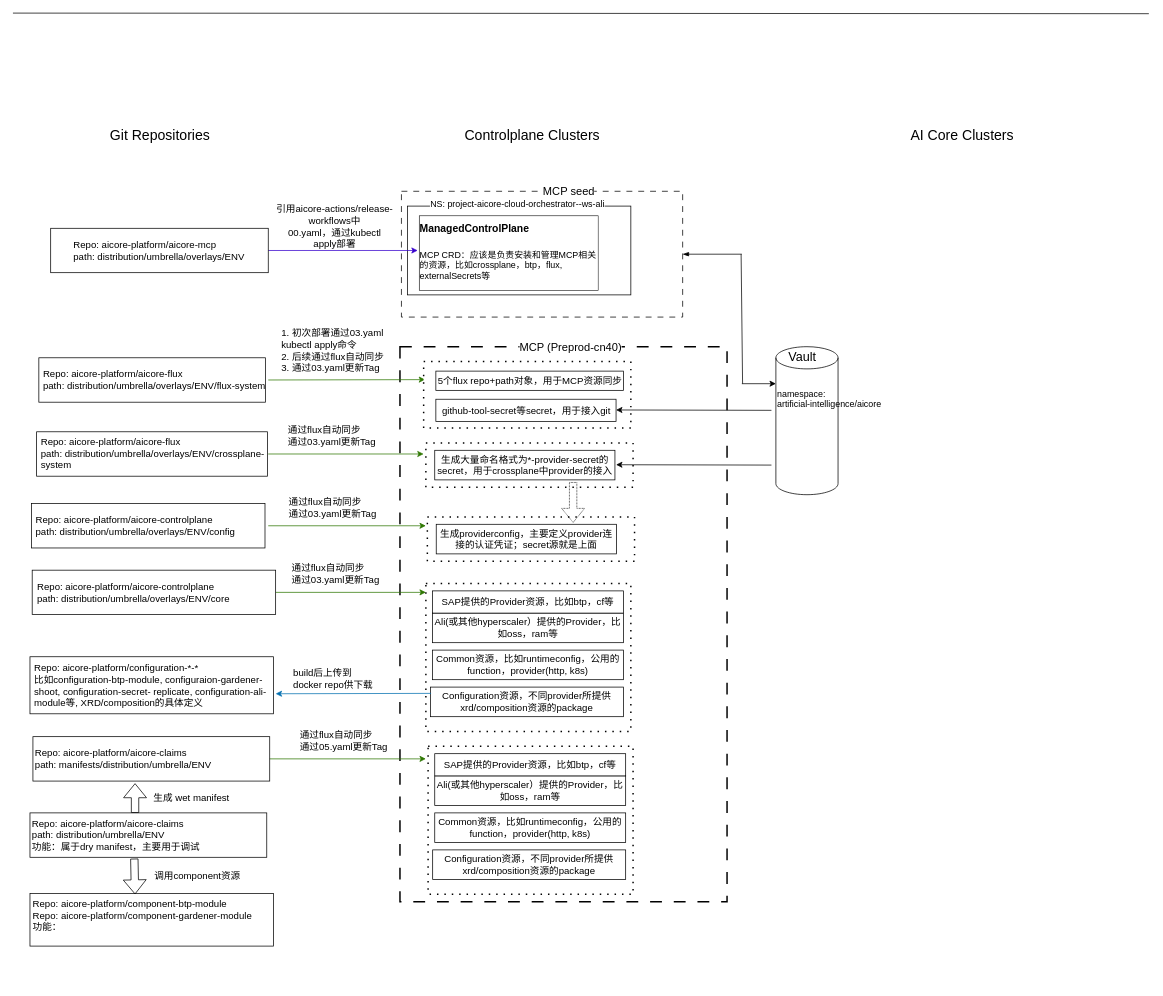
Earlier version of the draw.io diagram Drawio/MCP.drawio (polark-bit/StudyGit). Source tidied: cells renumbered, new cells numbered last; positions are measured from the earlier drawing's top-left corner, leaving out a move shared by most shapes. Both pictures are drawn from the tidied source at 74%, with x=0, y=0 at pixel (13, 13).
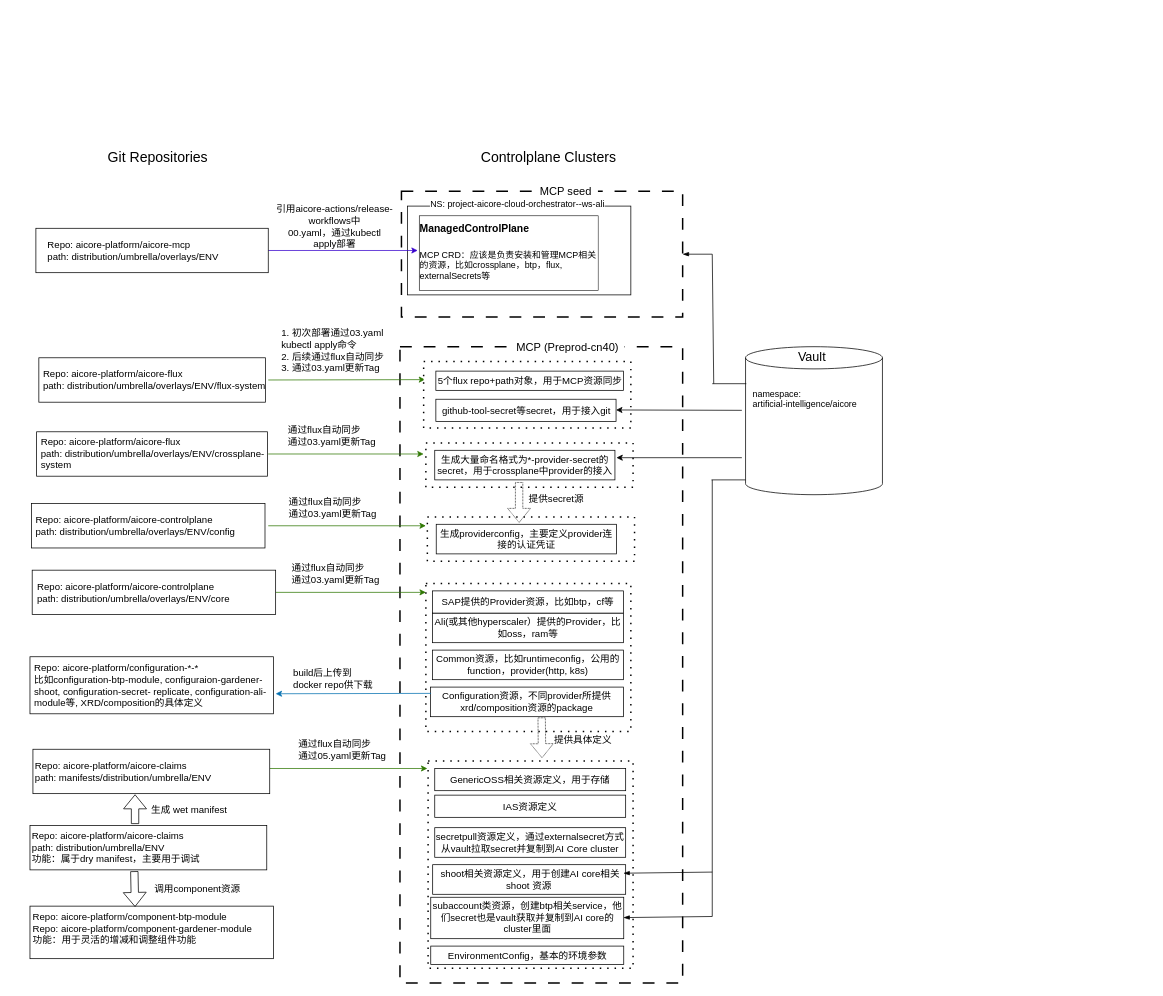
Above is the later version.

The change refers to these unchanged cells:
```xml
<mxCell id="38" style="group;" parent="1" vertex="1">
  <mxGeometry x="71" y="291" width="274" height="60" as="geometry" />
</mxCell>
```

The edit, as a diff of the source:
```diff
@@
-    <mxCell id="2" style="endArrow=none;html=1;rounded=0;" parent="1" edge="1">
-      <mxGeometry relative="1" as="geometry">
-        <mxPoint y="0.2" as="sourcePoint" />
-        <mxPoint x="1535" y="1" as="targetPoint" />
-      </mxGeometry>
-    </mxCell>
-    <mxCell id="3" style="rounded=0;whiteSpace=wrap;html=1;dashed=1;dashPattern=8 8;" parent="1" vertex="1">
+    <mxCell id="3" style="rounded=0;whiteSpace=wrap;html=1;dashed=1;dashPattern=8 8;strokeWidth=2;" parent="1" vertex="1">
       <mxGeometry x="525" y="241" width="380" height="170" as="geometry" />
     </mxCell>
     <mxCell id="4" style="rounded=0;whiteSpace=wrap;html=1;dashed=1;dashPattern=8 8;strokeWidth=2;" parent="1" vertex="1">
-      <mxGeometry x="523" y="451" width="442" height="750" as="geometry" />
+      <mxGeometry x="523" y="451" width="382" height="860" as="geometry" />
     </mxCell>
@@
-    <mxCell id="6" value="MCP seed" style="text;html=1;whiteSpace=wrap;strokeColor=none;fillColor=none;align=center;verticalAlign=middle;rounded=0;shadow=0;labelBackgroundColor=default;fontSize=15;" parent="1" vertex="1">
+    <mxCell id="6" value="MCP seed&amp;nbsp;&amp;nbsp;" style="text;html=1;whiteSpace=wrap;strokeColor=none;fillColor=none;align=center;verticalAlign=middle;rounded=0;shadow=0;labelBackgroundColor=default;fontSize=15;" parent="1" vertex="1">
       <mxGeometry x="698" y="221" width="107" height="40" as="geometry" />
     </mxCell>
@@
     <mxCell id="19" value="&lt;div&gt;&lt;span style=&quot;background-color: transparent; color: light-dark(rgb(0, 0, 0), rgb(255, 255, 255));&quot;&gt;通过flux自动同步&lt;/span&gt;&lt;/div&gt;&lt;div&gt;通过05.yaml更新Tag&lt;/div&gt;" style="text;html=1;whiteSpace=wrap;strokeColor=none;fillColor=none;align=left;verticalAlign=middle;rounded=0;fontSize=13;" parent="1" vertex="1">
-      <mxGeometry x="386" y="968" width="147" height="30" as="geometry" />
+      <mxGeometry x="384" y="981" width="147" height="30" as="geometry" />
     </mxCell>
     <mxCell id="20" style="endArrow=classic;html=1;rounded=0;entryX=0;entryY=0.5;entryDx=0;entryDy=0;fillColor=#60a917;strokeColor=#2D7600;" parent="1" edge="1">
       <mxGeometry relative="1" as="geometry">
-        <mxPoint x="345" y="1008" as="sourcePoint" />
-        <mxPoint x="558" y="1008" as="targetPoint" />
+        <mxPoint x="347" y="1021" as="sourcePoint" />
+        <mxPoint x="560" y="1021" as="targetPoint" />
       </mxGeometry>
     </mxCell>
-    <mxCell id="21" value="MCP (Preprod-cn40)" style="text;html=1;whiteSpace=wrap;strokeColor=none;fillColor=none;align=center;verticalAlign=middle;rounded=0;shadow=0;labelBackgroundColor=default;fontSize=15;" parent="1" vertex="1">
+    <mxCell id="21" value="MCP (Preprod-cn40)&amp;nbsp;&amp;nbsp;" style="text;html=1;whiteSpace=wrap;strokeColor=none;fillColor=none;align=center;verticalAlign=middle;rounded=0;shadow=0;labelBackgroundColor=default;fontSize=15;" parent="1" vertex="1">
       <mxGeometry x="673" y="431" width="162" height="40" as="geometry" />
     </mxCell>
@@
     <mxCell id="25" style="shape=cylinder3;whiteSpace=wrap;html=1;boundedLbl=1;backgroundOutline=1;size=15;" parent="1" vertex="1">
-      <mxGeometry x="1031" y="451" width="84" height="200" as="geometry" />
+      <mxGeometry x="990" y="451" width="185" height="200" as="geometry" />
     </mxCell>
     <mxCell id="26" value="Vault" style="text;html=1;whiteSpace=wrap;strokeColor=none;fillColor=none;align=center;verticalAlign=middle;rounded=0;fontSize=17;" parent="1" vertex="1">
-      <mxGeometry x="1037" y="451" width="60" height="30" as="geometry" />
+      <mxGeometry x="1050" y="451" width="60" height="30" as="geometry" />
     </mxCell>
     <mxCell id="27" style="endArrow=classic;html=1;rounded=0;" parent="1" edge="1">
       <mxGeometry relative="1" as="geometry">
-        <mxPoint x="1025" y="537" as="sourcePoint" />
+        <mxPoint x="985" y="537" as="sourcePoint" />
         <mxPoint x="815" y="536.5" as="targetPoint" />
       </mxGeometry>
     </mxCell>
     <mxCell id="28" value="namespace: &#10;artificial-intelligence/aicore" style="text;whiteSpace=wrap;" parent="1" vertex="1">
-      <mxGeometry x="1031" y="501" width="240" height="40" as="geometry" />
+      <mxGeometry x="998" y="501" width="240" height="40" as="geometry" />
     </mxCell>
@@
     <mxCell id="31" style="endArrow=classic;html=1;rounded=0;" parent="1" edge="1">
       <mxGeometry relative="1" as="geometry">
-        <mxPoint x="1025" y="611" as="sourcePoint" />
-        <mxPoint x="815" y="610.5" as="targetPoint" />
+        <mxPoint x="985" y="601" as="sourcePoint" />
+        <mxPoint x="815.5" y="601" as="targetPoint" />
       </mxGeometry>
     </mxCell>
@@
-    <mxCell id="33" value="&lt;div class=&quot;lake-content&quot;&gt;生成providerconfig，主要定义provider连接&lt;span style=&quot;background-color: transparent; color: light-dark(rgb(0, 0, 0), rgb(255, 255, 255));&quot;&gt;的认证凭证；secret源就是上面&lt;/span&gt;&lt;/div&gt;" style="rounded=0;whiteSpace=wrap;html=1;fontSize=13;" parent="1" vertex="1">
+    <mxCell id="33" value="&lt;div class=&quot;lake-content&quot;&gt;生成providerconfig，主要定义provider连接&lt;span style=&quot;background-color: transparent; color: light-dark(rgb(0, 0, 0), rgb(255, 255, 255));&quot;&gt;的认证凭证&lt;/span&gt;&lt;/div&gt;" style="rounded=0;whiteSpace=wrap;html=1;fontSize=13;" parent="1" vertex="1">
       <mxGeometry x="572" y="691" width="243.5" height="40" as="geometry" />
     </mxCell>
     <mxCell id="34" style="shape=flexArrow;endArrow=classic;html=1;rounded=0;dashed=1;dashPattern=1 1;" parent="1" edge="1">
       <mxGeometry relative="1" as="geometry">
-        <mxPoint x="757" y="634" as="sourcePoint" />
-        <mxPoint x="757" y="689" as="targetPoint" />
+        <mxPoint x="684" y="634" as="sourcePoint" />
+        <mxPoint x="684" y="689" as="targetPoint" />
       </mxGeometry>
     </mxCell>
-    <mxCell id="35" style="endArrow=classic;html=1;rounded=0;" parent="1" edge="1">
+    <mxCell id="35" style="endArrow=none;html=1;rounded=0;endFill=0;" parent="1" edge="1">
       <mxGeometry relative="1" as="geometry">
-        <mxPoint x="985" y="501" as="sourcePoint" />
-        <mxPoint x="1031" y="501" as="targetPoint" />
+        <mxPoint x="945" y="501" as="sourcePoint" />
+        <mxPoint x="991" y="501" as="targetPoint" />
       </mxGeometry>
     </mxCell>
     <mxCell id="36" style="endArrow=none;html=1;rounded=0;exitX=1;exitY=0.5;exitDx=0;exitDy=0;startArrow=blockThin;startFill=1;" parent="1" edge="1" source="3">
       <mxGeometry relative="1" as="geometry">
-        <mxPoint x="985" y="326" as="targetPoint" />
+        <mxPoint x="945" y="326" as="targetPoint" />
       </mxGeometry>
     </mxCell>
     <mxCell id="37" style="endArrow=none;html=1;rounded=0;" parent="1" edge="1">
       <mxGeometry relative="1" as="geometry">
-        <mxPoint x="984" y="326" as="sourcePoint" />
-        <mxPoint x="986" y="501" as="targetPoint" />
+        <mxPoint x="945" y="326" as="sourcePoint" />
+        <mxPoint x="947" y="501" as="targetPoint" />
       </mxGeometry>
     </mxCell>
@@
     <mxCell id="39" style="rounded=0;whiteSpace=wrap;html=1;" parent="38" vertex="1">
-      <mxGeometry x="-20" width="294" height="60" as="geometry" />
+      <mxGeometry x="-40" width="314" height="60" as="geometry" />
     </mxCell>
     <mxCell id="40" value="Repo:&amp;nbsp;aicore-platform/aicore-mcp&lt;div&gt;path:&amp;nbsp;distribution/umbrella/overlays/ENV&lt;/div&gt;" style="text;html=1;whiteSpace=wrap;strokeColor=none;fillColor=none;align=left;verticalAlign=middle;rounded=0;fontSize=13;" parent="38" vertex="1">
-      <mxGeometry x="9" width="215" height="60" as="geometry" />
+      <mxGeometry x="-26" width="215" height="60" as="geometry" />
     </mxCell>
@@
     <mxCell id="53" style="group;fontSize=13;" parent="1" vertex="1">
-      <mxGeometry x="27" y="978" width="330" height="60" as="geometry" />
+      <mxGeometry x="27" y="995" width="330" height="60" as="geometry" />
     </mxCell>
@@
     <mxCell id="66" style="rounded=0;whiteSpace=wrap;html=1;dashed=1;dashPattern=1 4;strokeWidth=2;" parent="1" vertex="1">
-      <mxGeometry x="561" y="991" width="277" height="200" as="geometry" />
+      <mxGeometry x="561" y="1011" width="277" height="280" as="geometry" />
     </mxCell>
-    <mxCell id="67" value="&lt;div class=&quot;lake-content&quot;&gt;Ali(或其他hyperscaler）提供的Provider，比如oss，ram等&lt;/div&gt;" style="rounded=0;whiteSpace=wrap;html=1;fontSize=13;" parent="1" vertex="1">
-      <mxGeometry x="570" y="1031" width="258" height="40" as="geometry" />
+    <mxCell id="67" value="IAS资源定义" style="rounded=0;whiteSpace=wrap;html=1;fontSize=13;" parent="1" vertex="1">
+      <mxGeometry x="570" y="1057" width="258" height="30" as="geometry" />
     </mxCell>
-    <mxCell id="68" value="&lt;div class=&quot;lake-content&quot;&gt;SAP提供的Provider资源，比如btp，cf等&lt;/div&gt;" style="rounded=0;whiteSpace=wrap;html=1;fontSize=13;" parent="1" vertex="1">
-      <mxGeometry x="570" y="1001" width="258" height="30" as="geometry" />
+    <mxCell id="68" value="&lt;div class=&quot;lake-content&quot;&gt;GenericOSS相关资源定义，用于存储&lt;/div&gt;" style="rounded=0;whiteSpace=wrap;html=1;fontSize=13;" parent="1" vertex="1">
+      <mxGeometry x="570" y="1021" width="258" height="30" as="geometry" />
     </mxCell>
-    <mxCell id="69" value="&lt;div class=&quot;lake-content&quot;&gt;Common资源，比如runtimeconfig，公用的function，provider(http, k8s)&lt;/div&gt;" style="rounded=0;whiteSpace=wrap;html=1;fontSize=13;" parent="1" vertex="1">
-      <mxGeometry x="570" y="1081" width="258" height="40" as="geometry" />
+    <mxCell id="69" value="&lt;div class=&quot;lake-content&quot;&gt;secretpull资源定义，通过externalsecret方式从vault拉取secret并复制到AI Core cluster&lt;/div&gt;" style="rounded=0;whiteSpace=wrap;html=1;fontSize=13;" parent="1" vertex="1">
+      <mxGeometry x="570" y="1101" width="258" height="40" as="geometry" />
     </mxCell>
-    <mxCell id="70" value="&lt;div class=&quot;lake-content&quot;&gt;Configuration资源，不同provider所提供xrd/composition资源的package&lt;/div&gt;" style="rounded=0;whiteSpace=wrap;html=1;fontSize=13;" parent="1" vertex="1">
-      <mxGeometry x="567.2" y="1131" width="260.8" height="40" as="geometry" />
+    <mxCell id="70" value="&lt;div class=&quot;lake-content&quot;&gt;&amp;nbsp;shoot相关资源定义，用于创建AI core相关shoot 资源&lt;/div&gt;" style="rounded=0;whiteSpace=wrap;html=1;fontSize=13;" parent="1" vertex="1">
+      <mxGeometry x="567.2" y="1151" width="260.8" height="40" as="geometry" />
     </mxCell>
     <mxCell id="71" value="Git Repositories" style="text;html=1;whiteSpace=wrap;strokeColor=none;fillColor=none;align=center;verticalAlign=middle;rounded=0;fontSize=19;fontColor=light-dark(#000000,#9933FF);" parent="1" vertex="1">
-      <mxGeometry x="83" y="151" width="232" height="30" as="geometry" />
+      <mxGeometry x="80" y="181" width="232" height="30" as="geometry" />
     </mxCell>
     <mxCell id="72" value="Controlplane Clusters" style="text;html=1;whiteSpace=wrap;strokeColor=none;fillColor=none;align=center;verticalAlign=middle;rounded=0;fontSize=19;fontColor=light-dark(#000000,#9933FF);labelBackgroundColor=default;" parent="1" vertex="1">
-      <mxGeometry x="586" y="151" width="232" height="30" as="geometry" />
+      <mxGeometry x="608" y="181" width="232" height="30" as="geometry" />
     </mxCell>
-    <mxCell id="73" value="AI Core Clusters" style="text;html=1;whiteSpace=wrap;strokeColor=none;fillColor=none;align=center;verticalAlign=middle;rounded=0;fontSize=19;fontColor=light-dark(#000000,#9933FF);labelBackgroundColor=default;" parent="1" vertex="1">
-      <mxGeometry x="1167" y="151" width="232" height="30" as="geometry" />
-    </mxCell>
     <mxCell id="74" style="group;fontSize=13;" parent="1" vertex="1">
-      <mxGeometry x="23" y="1081" width="330" height="60" as="geometry" />
+      <mxGeometry x="23" y="1098" width="330" height="60" as="geometry" />
     </mxCell>
@@
     <mxCell id="77" style="group;" parent="1" vertex="1">
-      <mxGeometry x="23" y="1201" width="329" height="90" as="geometry" />
+      <mxGeometry x="23" y="1218" width="329" height="90" as="geometry" />
     </mxCell>
@@
-    <mxCell id="79" value="Repo:&amp;nbsp;aicore-platform/component-btp-module&lt;div&gt;Repo: aicore-platform/component-gardener-module&lt;/div&gt;&lt;div&gt;功能：&lt;/div&gt;" style="text;html=1;whiteSpace=wrap;strokeColor=none;fillColor=none;align=left;verticalAlign=middle;rounded=0;fontSize=13;" parent="77" vertex="1">
+    <mxCell id="79" value="Repo:&amp;nbsp;aicore-platform/component-btp-module&lt;div&gt;Repo: aicore-platform/component-gardener-module&lt;/div&gt;&lt;div&gt;功能：用于灵活的增减和调整组件功能&lt;/div&gt;" style="text;html=1;whiteSpace=wrap;strokeColor=none;fillColor=none;align=left;verticalAlign=middle;rounded=0;fontSize=13;" parent="77" vertex="1">
       <mxGeometry x="2.3" y="-11" width="324.4" height="59.2" as="geometry" />
     </mxCell>
     <mxCell id="80" style="shape=flexArrow;endArrow=classic;html=1;rounded=0;" parent="1" edge="1">
       <mxGeometry relative="1" as="geometry">
-        <mxPoint x="165" y="1081" as="sourcePoint" />
-        <mxPoint x="165" y="1041" as="targetPoint" />
+        <mxPoint x="165" y="1096" as="sourcePoint" />
+        <mxPoint x="165" y="1056" as="targetPoint" />
       </mxGeometry>
     </mxCell>
     <mxCell id="81" value="生成 wet manifest" style="text;html=1;whiteSpace=wrap;strokeColor=none;fillColor=none;align=center;verticalAlign=middle;rounded=0;fontSize=13;" parent="1" vertex="1">
-      <mxGeometry x="168" y="1045" width="147" height="30" as="geometry" />
+      <mxGeometry x="165" y="1061" width="147" height="30" as="geometry" />
     </mxCell>
     <mxCell id="82" style="shape=flexArrow;endArrow=classic;html=1;rounded=0;" parent="1" edge="1">
       <mxGeometry relative="1" as="geometry">
-        <mxPoint x="164" y="1142.8" as="sourcePoint" />
-        <mxPoint x="165" y="1191" as="targetPoint" />
+        <mxPoint x="164" y="1159.8" as="sourcePoint" />
+        <mxPoint x="165" y="1208" as="targetPoint" />
       </mxGeometry>
     </mxCell>
     <mxCell id="83" value="调用component资源" style="text;html=1;whiteSpace=wrap;strokeColor=none;fillColor=none;align=center;verticalAlign=middle;rounded=0;fontSize=13;" parent="1" vertex="1">
-      <mxGeometry x="176" y="1151" width="147" height="30" as="geometry" />
+      <mxGeometry x="176" y="1168" width="147" height="30" as="geometry" />
     </mxCell>
+    <mxCell id="84" value="&lt;div class=&quot;lake-content&quot;&gt;subaccount类资源，创建btp相关service，他们secret也是vault获取并复制到AI core的cluster里面&lt;/div&gt;" style="rounded=0;whiteSpace=wrap;html=1;fontSize=13;" parent="1" vertex="1">
+      <mxGeometry x="564.6" y="1195" width="260.8" height="56" as="geometry" />
+    </mxCell>
+    <mxCell id="85" value="&lt;div class=&quot;lake-content&quot;&gt;EnvironmentConfig，基本的环境参数&lt;/div&gt;" style="rounded=0;whiteSpace=wrap;html=1;fontSize=13;" parent="1" vertex="1">
+      <mxGeometry x="564.6" y="1261" width="260.8" height="25" as="geometry" />
+    </mxCell>
+    <mxCell id="86" style="endArrow=none;html=1;rounded=0;endFill=0;" parent="1" edge="1">
+      <mxGeometry relative="1" as="geometry">
+        <mxPoint x="944" y="631" as="sourcePoint" />
+        <mxPoint x="990" y="631" as="targetPoint" />
+      </mxGeometry>
+    </mxCell>
+    <mxCell id="87" style="endArrow=none;html=1;rounded=0;" parent="1" edge="1">
+      <mxGeometry relative="1" as="geometry">
+        <mxPoint x="945" y="631" as="sourcePoint" />
+        <mxPoint x="945" y="1221" as="targetPoint" />
+      </mxGeometry>
+    </mxCell>
+    <mxCell id="88" style="endArrow=none;html=1;rounded=0;startArrow=blockThin;startFill=1;" parent="1" edge="1">
+      <mxGeometry relative="1" as="geometry">
+        <mxPoint x="825" y="1222.5" as="sourcePoint" />
+        <mxPoint x="945" y="1221" as="targetPoint" />
+      </mxGeometry>
+    </mxCell>
+    <mxCell id="89" style="endArrow=none;html=1;rounded=0;startArrow=blockThin;startFill=1;" parent="1" edge="1">
+      <mxGeometry relative="1" as="geometry">
+        <mxPoint x="825" y="1162.5" as="sourcePoint" />
+        <mxPoint x="945" y="1161" as="targetPoint" />
+      </mxGeometry>
+    </mxCell>
+    <mxCell id="90" style="shape=flexArrow;endArrow=classic;html=1;rounded=0;dashed=1;dashPattern=1 1;" parent="1" edge="1">
+      <mxGeometry relative="1" as="geometry">
+        <mxPoint x="714.5" y="952" as="sourcePoint" />
+        <mxPoint x="715" y="1007" as="targetPoint" />
+      </mxGeometry>
+    </mxCell>
+    <mxCell id="91" value="提供secret源" style="text;html=1;whiteSpace=wrap;strokeColor=none;fillColor=none;align=center;verticalAlign=middle;rounded=0;fontSize=13;" parent="1" vertex="1">
+      <mxGeometry x="681" y="641" width="107" height="30" as="geometry" />
+    </mxCell>
+    <mxCell id="92" value="提供具体定义" style="text;html=1;whiteSpace=wrap;strokeColor=none;fillColor=none;align=center;verticalAlign=middle;rounded=0;fontSize=13;" parent="1" vertex="1">
+      <mxGeometry x="717" y="967" width="107" height="30" as="geometry" />
+    </mxCell>
```
